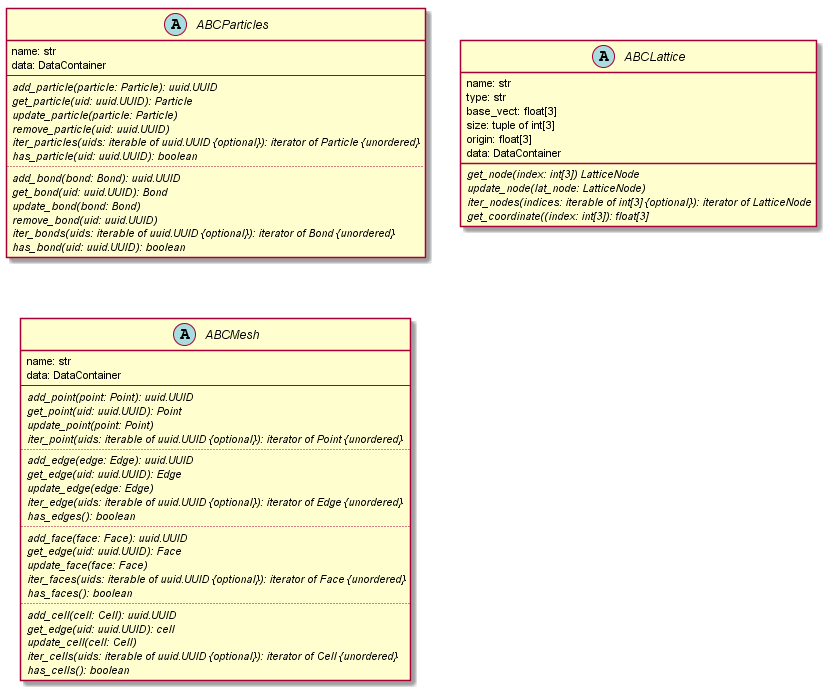
Earlier version of the PlantUML export doc/source/images/containers.png (simphony/simphony-common).
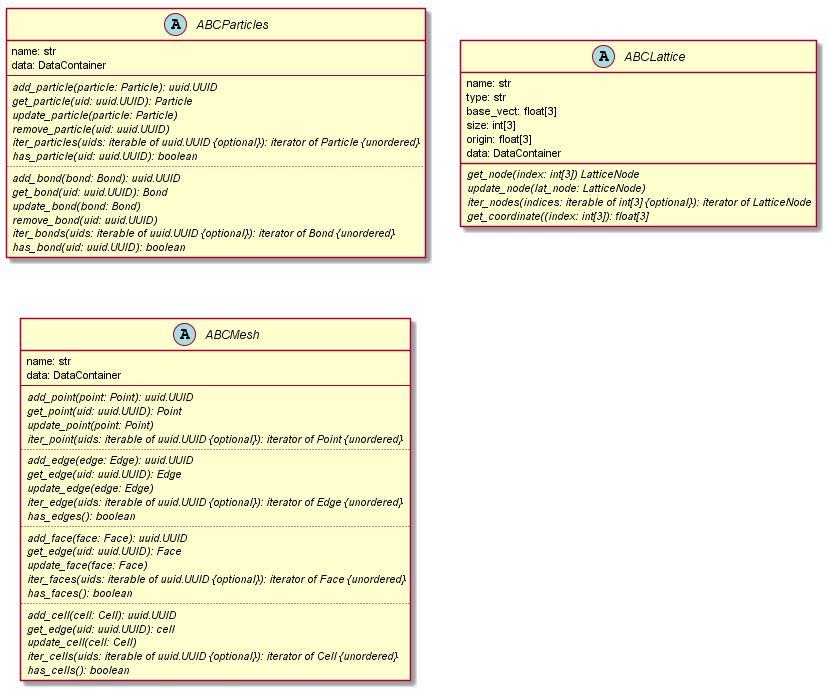
The same diagram one commit later.

Commit message:
Size dont have to be a tuple of int[3].

Change to the diagram source:
```diff
@@ -21,7 +21,7 @@
   name: str
   type: str
   base_vect: float[3]
-  size: tuple of int[3]
+  size: int[3]
   origin: float[3]
   data: DataContainer
   {abstract} get_node(index: int[3]) LatticeNode
```
